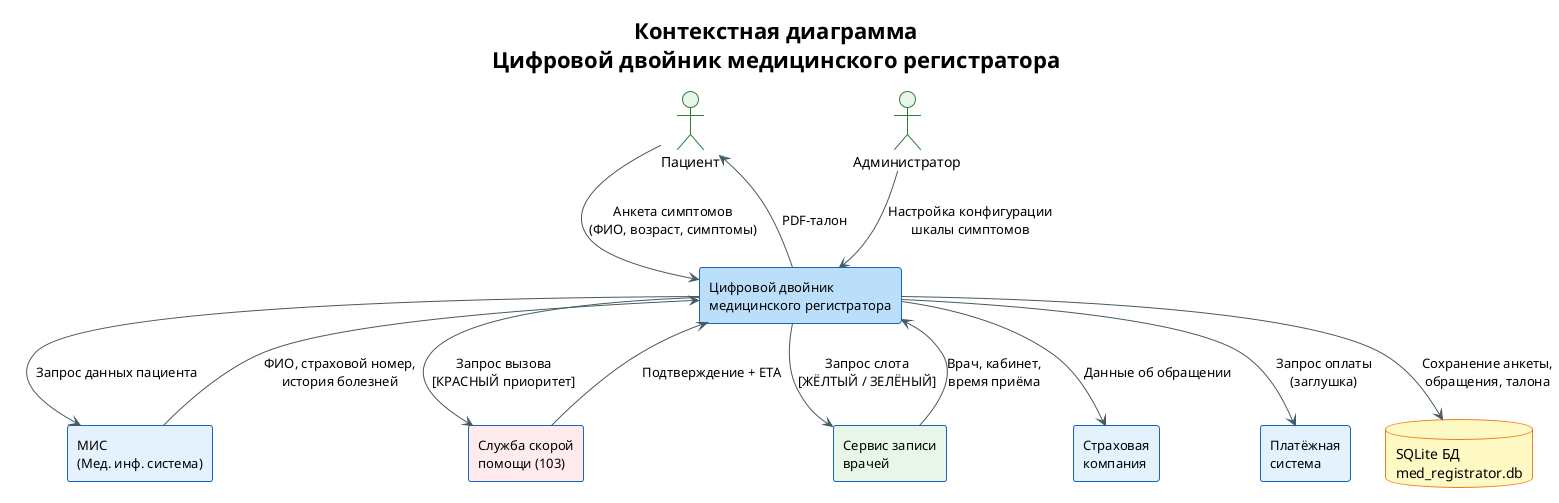
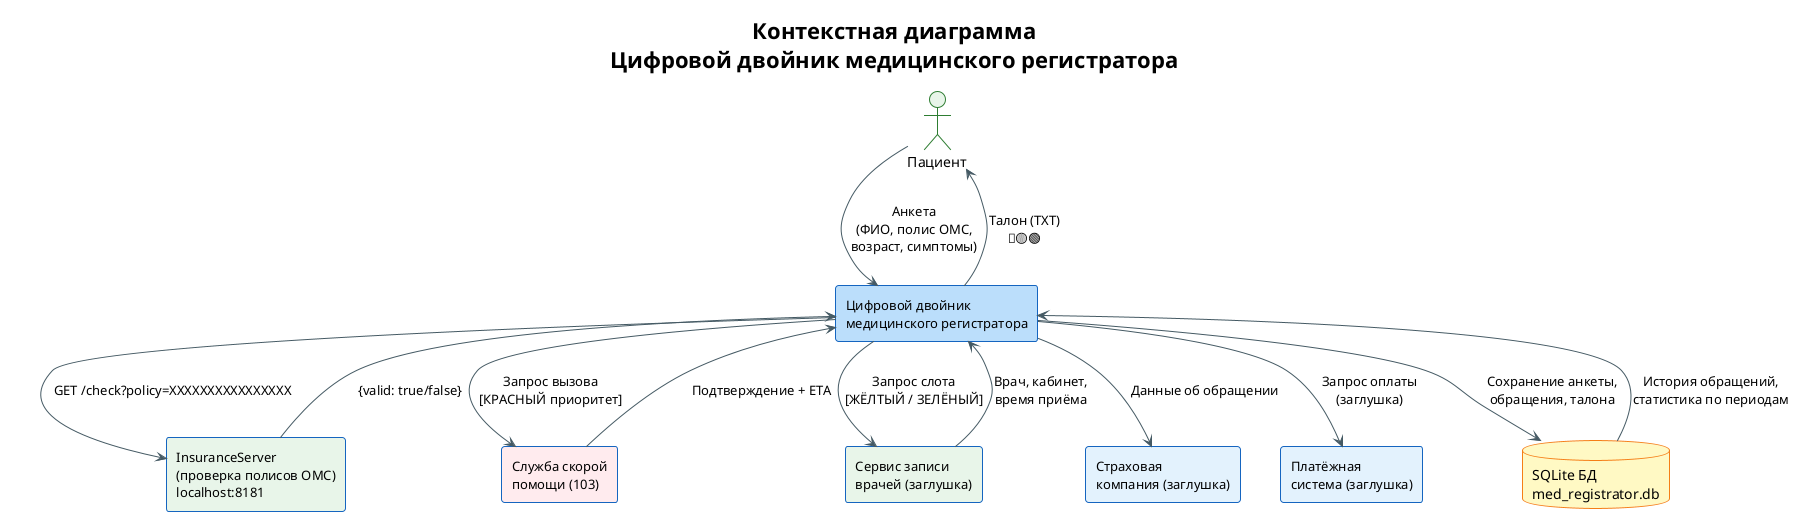
@startuml context
!theme plain
skinparam rectangle {
    BackgroundColor #E3F2FD
    BorderColor #1565C0
    FontSize 13
}
skinparam actor {
    BackgroundColor #E8F5E9
    BorderColor #2E7D32
}
skinparam database {
    BackgroundColor #FFF9C4
    BorderColor #F57F17
}
skinparam ArrowColor #455A64
skinparam defaultFontName Arial

title Контекстная диаграмма\nЦифровой двойник медицинского регистратора

actor "Пациент" as P
- actor "Администратор" as A

rectangle "Цифровой двойник\nмедицинского регистратора" as SYS #BBDEFB

- rectangle "МИС\n(Мед. инф. система)" as MIS
+ rectangle "InsuranceServer\n(проверка полисов ОМС)\nlocalhost:8181" as INS_SRV #E8F5E9
rectangle "Служба скорой\nпомощи (103)" as EMG #FFEBEE
- rectangle "Сервис записи\nврачей" as SCH #E8F5E9
- rectangle "Страховая\nкомпания" as INS
- rectangle "Платёжная\nсистема" as PAY
+ rectangle "Сервис записи\nврачей (заглушка)" as SCH #E8F5E9
+ rectangle "Страховая\nкомпания (заглушка)" as INS
+ rectangle "Платёжная\nсистема (заглушка)" as PAY

database "SQLite БД\nmed_registrator.db" as DB #FFF9C4

- P --> SYS : Анкета симптомов\n(ФИО, возраст, симптомы)
- SYS --> P : PDF-талон
+ P --> SYS : Анкета\n(ФИО, полис ОМС,\nвозраст, симптомы)
+ SYS --> P : Талон (TXT)\n🔴🟡🟢

- A --> SYS : Настройка конфигурации\nшкалы симптомов
- 
- SYS --> MIS : Запрос данных пациента
- MIS --> SYS : ФИО, страховой номер,\nистория болезней
+ SYS --> INS_SRV : GET /check?policy=XXXXXXXXXXXXXXXX
+ INS_SRV --> SYS : {valid: true/false}

SYS --> EMG : Запрос вызова\n[КРАСНЫЙ приоритет]
EMG --> SYS : Подтверждение + ETA

SYS --> SCH : Запрос слота\n[ЖЁЛТЫЙ / ЗЕЛЁНЫЙ]
SCH --> SYS : Врач, кабинет,\nвремя приёма

SYS --> INS : Данные об обращении
SYS --> PAY : Запрос оплаты\n(заглушка)

SYS --> DB : Сохранение анкеты,\nобращения, талона
+ DB --> SYS : История обращений,\nстатистика по периодам
@enduml